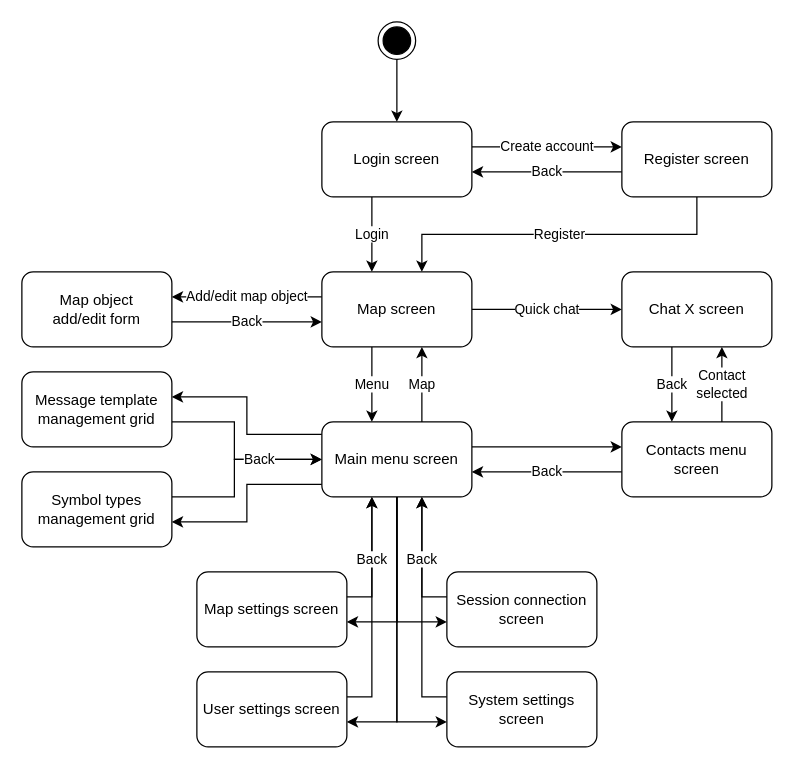
Before: doc/design/screen_sequence.drawio in Revarin/dp24-milapp-perina, a draw.io diagram. Source tidied: cells renumbered, new cells numbered last; positions are measured from the earlier drawing's top-left corner, leaving out a move shared by most shapes. Both pictures are drawn from the tidied source at 125%, with x=0, y=0 at pixel (21, 21).
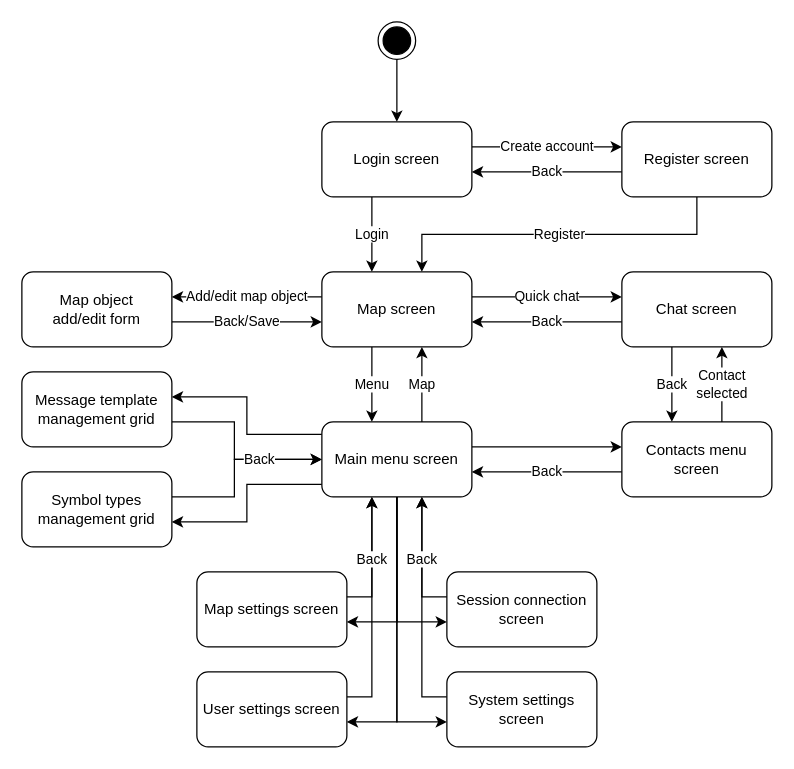
Above is the later version.

The change refers to these unchanged cells:
```xml
<mxCell id="11" value="Map screen" style="rounded=1;whiteSpace=wrap;html=1;" parent="1" vertex="1">
  <mxGeometry x="240" y="200" width="120" height="60" as="geometry" />
</mxCell>
<mxCell id="31" value="Map object&lt;br&gt;add/edit form" style="rounded=1;whiteSpace=wrap;html=1;" parent="1" vertex="1">
  <mxGeometry y="200" width="120" height="60" as="geometry" />
</mxCell>
```

The edit, as a diff of the source:
```diff
@@
     <mxCell id="9" value="Quick chat" style="edgeStyle=orthogonalEdgeStyle;rounded=0;jettySize=auto;html=1;" parent="1" edge="1" source="11" target="27">
-      <mxGeometry relative="1" as="geometry" />
+      <mxGeometry relative="1" as="geometry">
+        <Array as="points">
+          <mxPoint x="420" y="220" />
+          <mxPoint x="420" y="220" />
+        </Array>
+      </mxGeometry>
     </mxCell>
@@
+    <mxCell id="42" value="Back" style="edgeStyle=orthogonalEdgeStyle;html=1;" parent="1" edge="1" source="27" target="11">
+      <mxGeometry relative="1" as="geometry">
+        <Array as="points">
+          <mxPoint x="420" y="240" />
+          <mxPoint x="420" y="240" />
+        </Array>
+      </mxGeometry>
+    </mxCell>
-    <mxCell id="27" value="Chat X screen" style="rounded=1;whiteSpace=wrap;html=1;" parent="1" vertex="1">
+    <mxCell id="27" value="Chat screen" style="rounded=1;whiteSpace=wrap;html=1;" parent="1" vertex="1">
       <mxGeometry x="480" y="200" width="120" height="60" as="geometry" />
     </mxCell>
@@
-    <mxCell id="30" value="Back" style="edgeStyle=orthogonalEdgeStyle;rounded=0;jettySize=auto;html=1;" parent="1" edge="1" source="31" target="11">
+    <mxCell id="30" value="Back/Save" style="edgeStyle=orthogonalEdgeStyle;rounded=0;jettySize=auto;html=1;" parent="1" edge="1" source="31" target="11">
       <mxGeometry relative="1" as="geometry">
         <Array as="points">
           <mxPoint x="180" y="240" />
           <mxPoint x="180" y="240" />
         </Array>
       </mxGeometry>
     </mxCell>
```
